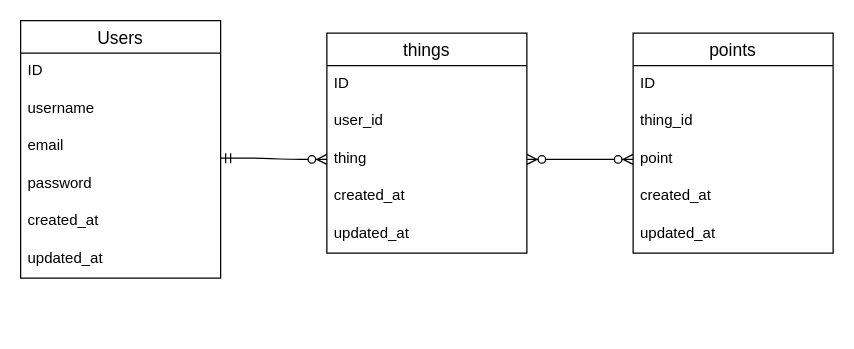
Above: db_setting.dio in Inoue416/FinalProject (draw.io), before the change. Source tidied: cells renumbered, new cells numbered last; positions are measured from the earlier drawing's top-left corner, leaving out a move shared by most shapes. Both pictures are drawn from the tidied source at 125%, with x=0, y=0 at pixel (20, 20).
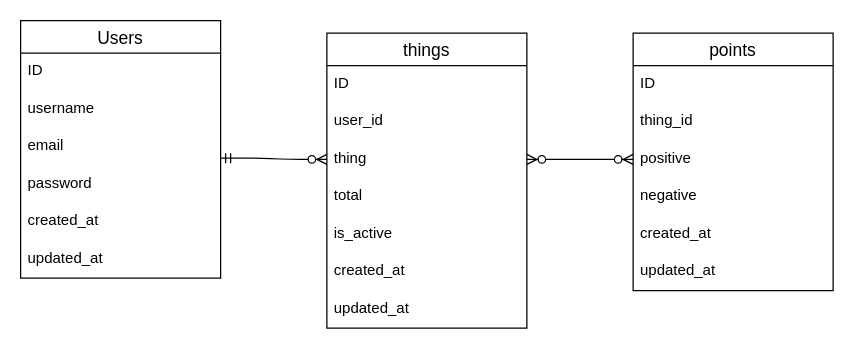
Above is the later version.

What changed in the source:
```diff
@@
     <mxCell id="9" value="things" style="swimlane;fontStyle=0;horizontal=1;startSize=26;align=center;fontSize=14;" parent="1" vertex="1">
-      <mxGeometry x="245" y="10" width="160" height="176" as="geometry" />
+      <mxGeometry x="245" y="10" width="160" height="236" as="geometry" />
     </mxCell>
@@
+    <mxCell id="23" value="total" style="text;strokeColor=none;fillColor=none;spacingLeft=4;spacingRight=4;overflow=hidden;fontSize=12;" parent="9" vertex="1">
+      <mxGeometry y="116" width="160" height="30" as="geometry" />
+    </mxCell>
+    <mxCell id="24" value="is_active" style="text;strokeColor=none;fillColor=none;spacingLeft=4;spacingRight=4;overflow=hidden;fontSize=12;" parent="9" vertex="1">
+      <mxGeometry y="146" width="160" height="30" as="geometry" />
+    </mxCell>
     <mxCell id="13" value="created_at" style="text;strokeColor=none;fillColor=none;spacingLeft=4;spacingRight=4;overflow=hidden;fontSize=12;" parent="9" vertex="1">
-      <mxGeometry y="116" width="160" height="30" as="geometry" />
+      <mxGeometry y="176" width="160" height="30" as="geometry" />
     </mxCell>
     <mxCell id="14" value="updated_at" style="text;strokeColor=none;fillColor=none;spacingLeft=4;spacingRight=4;overflow=hidden;fontSize=12;" parent="9" vertex="1">
-      <mxGeometry y="146" width="160" height="30" as="geometry" />
+      <mxGeometry y="206" width="160" height="30" as="geometry" />
     </mxCell>
@@
     <mxCell id="16" value="points" style="swimlane;fontStyle=0;horizontal=1;startSize=26;align=center;fontSize=14;" parent="1" vertex="1">
-      <mxGeometry x="490" y="10" width="160" height="176" as="geometry" />
+      <mxGeometry x="490" y="10" width="160" height="206" as="geometry" />
     </mxCell>
@@
-    <mxCell id="19" value="point" style="text;strokeColor=none;fillColor=none;spacingLeft=4;spacingRight=4;overflow=hidden;points=[[0,0.5],[1,0.5]];portConstraint=eastwest;fontSize=12;" parent="16" vertex="1">
+    <mxCell id="19" value="positive" style="text;strokeColor=none;fillColor=none;spacingLeft=4;spacingRight=4;overflow=hidden;points=[[0,0.5],[1,0.5]];portConstraint=eastwest;fontSize=12;" parent="16" vertex="1">
       <mxGeometry y="86" width="160" height="30" as="geometry" />
     </mxCell>
+    <mxCell id="25" value="negative" style="text;strokeColor=none;fillColor=none;spacingLeft=4;spacingRight=4;overflow=hidden;fontSize=12;" parent="16" vertex="1">
+      <mxGeometry y="116" width="160" height="30" as="geometry" />
+    </mxCell>
     <mxCell id="20" value="created_at" style="text;strokeColor=none;fillColor=none;spacingLeft=4;spacingRight=4;overflow=hidden;fontSize=12;" parent="16" vertex="1">
-      <mxGeometry y="116" width="160" height="30" as="geometry" />
+      <mxGeometry y="146" width="160" height="30" as="geometry" />
     </mxCell>
     <mxCell id="21" value="updated_at" style="text;strokeColor=none;fillColor=none;spacingLeft=4;spacingRight=4;overflow=hidden;fontSize=12;" parent="16" vertex="1">
-      <mxGeometry y="146" width="160" height="30" as="geometry" />
+      <mxGeometry y="176" width="160" height="30" as="geometry" />
     </mxCell>
```
